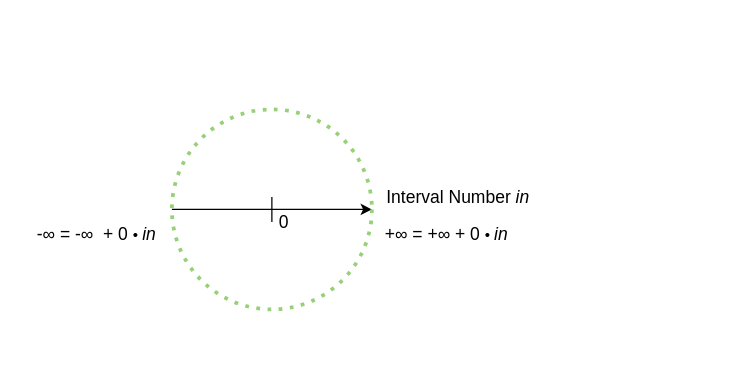
Before: illustrations/visual_interval_number.drawio in McNopper/ZeroInfinity, a draw.io diagram. Source tidied: cells renumbered, new cells numbered last; positions are measured from the earlier drawing's top-left corner, leaving out a move shared by most shapes. Both pictures are drawn from the tidied source at 125%, with x=0, y=0 at pixel (21, 109).
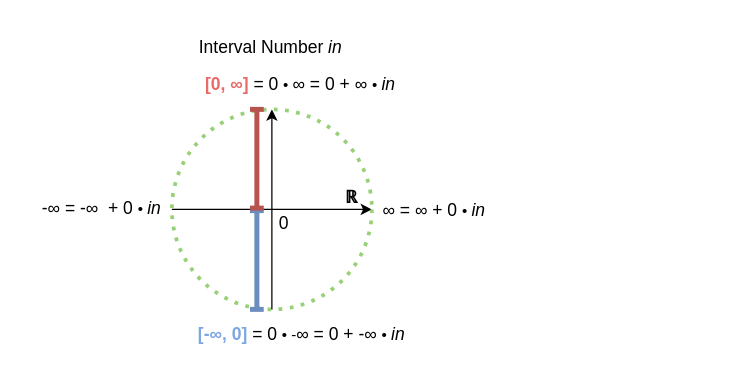
The same page after the edit.

Change to the diagram source:
```diff
@@
 <mxGraphModel>
   <root>
     <mxCell id="0" />
     <mxCell id="1" parent="0" />
     <mxCell id="2" style="endArrow=classic;html=1;rounded=0;entryX=1;entryY=0.5;entryDx=0;entryDy=0;exitX=0;exitY=0.5;exitDx=0;exitDy=0;" parent="1" edge="1" source="5" target="5">
       <mxGeometry relative="1" as="geometry" />
     </mxCell>
-    <mxCell id="3" value="&lt;font style=&quot;font-size: 14px;&quot;&gt;+∞&amp;nbsp;&lt;/font&gt;&lt;span style=&quot;font-size: 14px;&quot;&gt;=&amp;nbsp;&lt;/span&gt;&lt;span style=&quot;font-size: 14px;&quot;&gt;+∞ + 0&amp;nbsp;&lt;/span&gt;&lt;span style=&quot;background-color: initial;&quot;&gt;•&amp;nbsp;&lt;/span&gt;&lt;span style=&quot;font-size: 14px; background-color: initial;&quot;&gt;&lt;i&gt;in&lt;/i&gt;&lt;/span&gt;" style="text;html=1;align=center;verticalAlign=middle;whiteSpace=wrap;rounded=0;" parent="1" vertex="1">
-      <mxGeometry x="280" y="80" width="120" height="40" as="geometry" />
+    <mxCell id="3" value="&lt;font style=&quot;font-size: 14px;&quot;&gt;∞&amp;nbsp;&lt;/font&gt;&lt;span style=&quot;font-size: 14px;&quot;&gt;=&amp;nbsp;&lt;/span&gt;&lt;span style=&quot;font-size: 14px;&quot;&gt;∞ + 0&amp;nbsp;&lt;/span&gt;&lt;span style=&quot;background-color: initial;&quot;&gt;•&amp;nbsp;&lt;/span&gt;&lt;span style=&quot;font-size: 14px; background-color: initial;&quot;&gt;&lt;i&gt;in&lt;/i&gt;&lt;/span&gt;" style="text;html=1;align=center;verticalAlign=middle;whiteSpace=wrap;rounded=0;" parent="1" vertex="1">
+      <mxGeometry x="270" y="61" width="120" height="40" as="geometry" />
     </mxCell>
     <mxCell id="4" value="&lt;span style=&quot;font-size: 14px;&quot;&gt;Interval Number &lt;i&gt;in&lt;/i&gt;&lt;/span&gt;" style="text;html=1;align=left;verticalAlign=middle;whiteSpace=wrap;rounded=0;" parent="1" vertex="1">
-      <mxGeometry x="290" y="50" width="270" height="40" as="geometry" />
+      <mxGeometry x="140" y="-70" width="270" height="40" as="geometry" />
     </mxCell>
     <mxCell id="5" style="ellipse;whiteSpace=wrap;html=1;fillColor=none;dashed=1;dashPattern=1 2;strokeColor=#97D077;strokeWidth=3;" parent="1" vertex="1">
       <mxGeometry x="120" width="160" height="160" as="geometry" />
     </mxCell>
     <mxCell id="6" value="&lt;font style=&quot;font-size: 14px;&quot;&gt;-∞&amp;nbsp;&lt;/font&gt;&lt;span style=&quot;font-size: 14px;&quot;&gt;= -&lt;/span&gt;&lt;span style=&quot;font-size: 14px;&quot;&gt;∞&amp;nbsp;&lt;/span&gt;&lt;span style=&quot;font-size: 14px;&quot;&gt;&amp;nbsp;+ 0&amp;nbsp;&lt;/span&gt;&lt;span style=&quot;background-color: initial;&quot;&gt;•&amp;nbsp;&lt;/span&gt;&lt;span style=&quot;background-color: initial; font-size: 14px;&quot;&gt;&lt;i&gt;in&lt;/i&gt;&lt;/span&gt;" style="text;html=1;align=center;verticalAlign=middle;whiteSpace=wrap;rounded=0;" parent="1" vertex="1">
-      <mxGeometry y="80" width="120" height="40" as="geometry" />
+      <mxGeometry x="4" y="59" width="120" height="40" as="geometry" />
     </mxCell>
-    <mxCell id="7" style="endArrow=none;html=1;rounded=0;" parent="1" edge="1">
-      <mxGeometry relative="1" as="geometry">
-        <mxPoint x="200" y="90" as="sourcePoint" />
-        <mxPoint x="200" y="70" as="targetPoint" />
-      </mxGeometry>
-    </mxCell>
     <mxCell id="8" value="&lt;font style=&quot;font-size: 14px;&quot;&gt;0&lt;/font&gt;" style="text;html=1;align=center;verticalAlign=middle;whiteSpace=wrap;rounded=0;" parent="1" vertex="1">
-      <mxGeometry x="180" y="70" width="60" height="39" as="geometry" />
+      <mxGeometry x="180" y="71" width="60" height="39" as="geometry" />
     </mxCell>
+    <mxCell id="9" style="endArrow=classic;html=1;rounded=0;entryX=0.5;entryY=0;entryDx=0;entryDy=0;" parent="1" edge="1" target="5">
+      <mxGeometry relative="1" as="geometry">
+        <mxPoint x="200" y="160" as="sourcePoint" />
+      </mxGeometry>
+    </mxCell>
+    <mxCell id="10" value="&lt;font style=&quot;font-size: 14px;&quot;&gt;&lt;font color=&quot;#ea6b66&quot;&gt;&lt;b&gt;[0,&amp;nbsp;∞]&lt;/b&gt;&lt;/font&gt;&amp;nbsp;= 0&amp;nbsp;&lt;span style=&quot;font-size: 12px; background-color: initial;&quot;&gt;•&amp;nbsp;&lt;/span&gt;∞&amp;nbsp;&lt;/font&gt;&lt;span style=&quot;font-size: 14px;&quot;&gt;= 0&lt;/span&gt;&lt;span style=&quot;font-size: 14px;&quot;&gt;&amp;nbsp;+&amp;nbsp;&lt;/span&gt;&lt;span style=&quot;font-size: 14px;&quot;&gt;∞&lt;/span&gt;&lt;span style=&quot;font-size: 14px;&quot;&gt;&amp;nbsp;&lt;/span&gt;&lt;span style=&quot;background-color: initial;&quot;&gt;•&amp;nbsp;&lt;/span&gt;&lt;span style=&quot;font-size: 14px; background-color: initial;&quot;&gt;&lt;i&gt;in&lt;/i&gt;&lt;/span&gt;" style="text;html=1;align=center;verticalAlign=middle;whiteSpace=wrap;rounded=0;" parent="1" vertex="1">
+      <mxGeometry x="138" y="-40" width="170" height="40" as="geometry" />
+    </mxCell>
+    <mxCell id="11" value="&lt;font style=&quot;font-size: 14px;&quot;&gt;&lt;b&gt;&lt;font color=&quot;#7ea6e0&quot;&gt;[-∞, 0]&lt;/font&gt;&lt;/b&gt; = 0&amp;nbsp;&lt;span style=&quot;font-size: 12px; background-color: initial;&quot;&gt;• -&lt;/span&gt;∞&amp;nbsp;&lt;/font&gt;&lt;span style=&quot;font-size: 14px;&quot;&gt;= 0&lt;/span&gt;&lt;span style=&quot;font-size: 14px;&quot;&gt;&amp;nbsp;+ -&lt;/span&gt;&lt;span style=&quot;font-size: 14px;&quot;&gt;∞&lt;/span&gt;&lt;span style=&quot;font-size: 14px;&quot;&gt;&amp;nbsp;&lt;/span&gt;&lt;span style=&quot;background-color: initial;&quot;&gt;•&amp;nbsp;&lt;/span&gt;&lt;span style=&quot;font-size: 14px; background-color: initial;&quot;&gt;&lt;i&gt;in&lt;/i&gt;&lt;/span&gt;" style="text;html=1;align=center;verticalAlign=middle;whiteSpace=wrap;rounded=0;" parent="1" vertex="1">
+      <mxGeometry x="140" y="160" width="168" height="40" as="geometry" />
+    </mxCell>
+    <mxCell id="12" style="endArrow=baseDash;html=1;rounded=0;startArrow=baseDash;startFill=0;endFill=0;entryX=1;entryY=0.5;entryDx=0;entryDy=0;fillColor=#dae8fc;strokeColor=#6c8ebf;strokeWidth=4;" parent="1" edge="1">
+      <mxGeometry relative="1" as="geometry">
+        <mxPoint x="188" y="160" as="sourcePoint" />
+        <mxPoint x="188" y="81" as="targetPoint" />
+      </mxGeometry>
+    </mxCell>
+    <mxCell id="13" style="endArrow=baseDash;html=1;rounded=0;startArrow=baseDash;startFill=0;endFill=0;entryX=1;entryY=0.5;entryDx=0;entryDy=0;fillColor=#f8cecc;strokeColor=#b85450;strokeWidth=4;" parent="1" edge="1">
+      <mxGeometry relative="1" as="geometry">
+        <mxPoint x="188" y="79" as="sourcePoint" />
+        <mxPoint x="188" as="targetPoint" />
+      </mxGeometry>
+    </mxCell>
+    <mxCell id="14" value="&lt;font style=&quot;font-size: 14px;&quot;&gt;&lt;b&gt;ℝ&lt;/b&gt;&lt;/font&gt;" style="text;html=1;align=center;verticalAlign=middle;whiteSpace=wrap;rounded=0;" parent="1" vertex="1">
+      <mxGeometry x="234" y="50" width="60" height="40" as="geometry" />
+    </mxCell>
   </root>
 </mxGraphModel>
```
